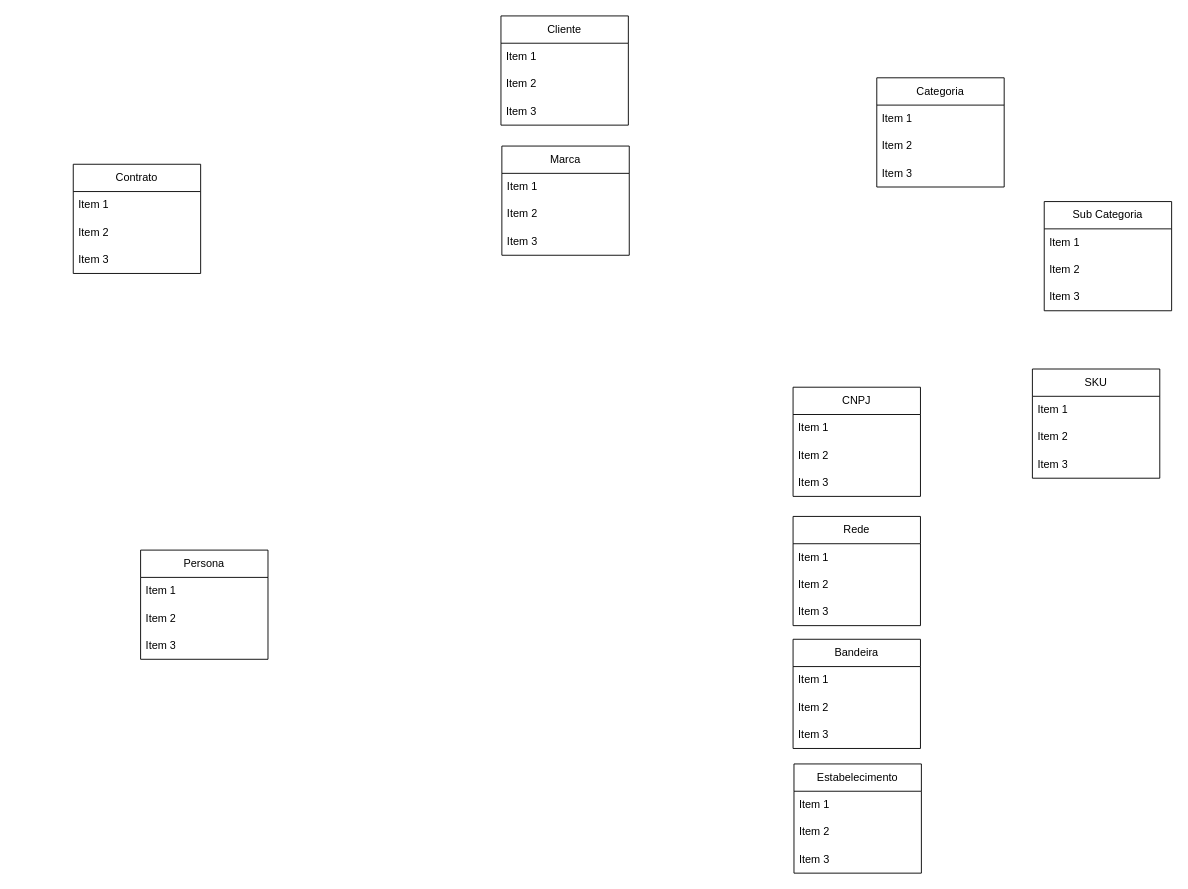
leosantana5/draw.io keeps this draw.io diagram as Diagrama sem título.drawio. Above is the earlier version. Source tidied: cells renumbered, new cells numbered last; positions are measured from the earlier drawing's top-left corner, leaving out a move shared by most shapes. Both pictures are drawn from the tidied source at 91%, with x=0, y=0 at pixel (73, 15).
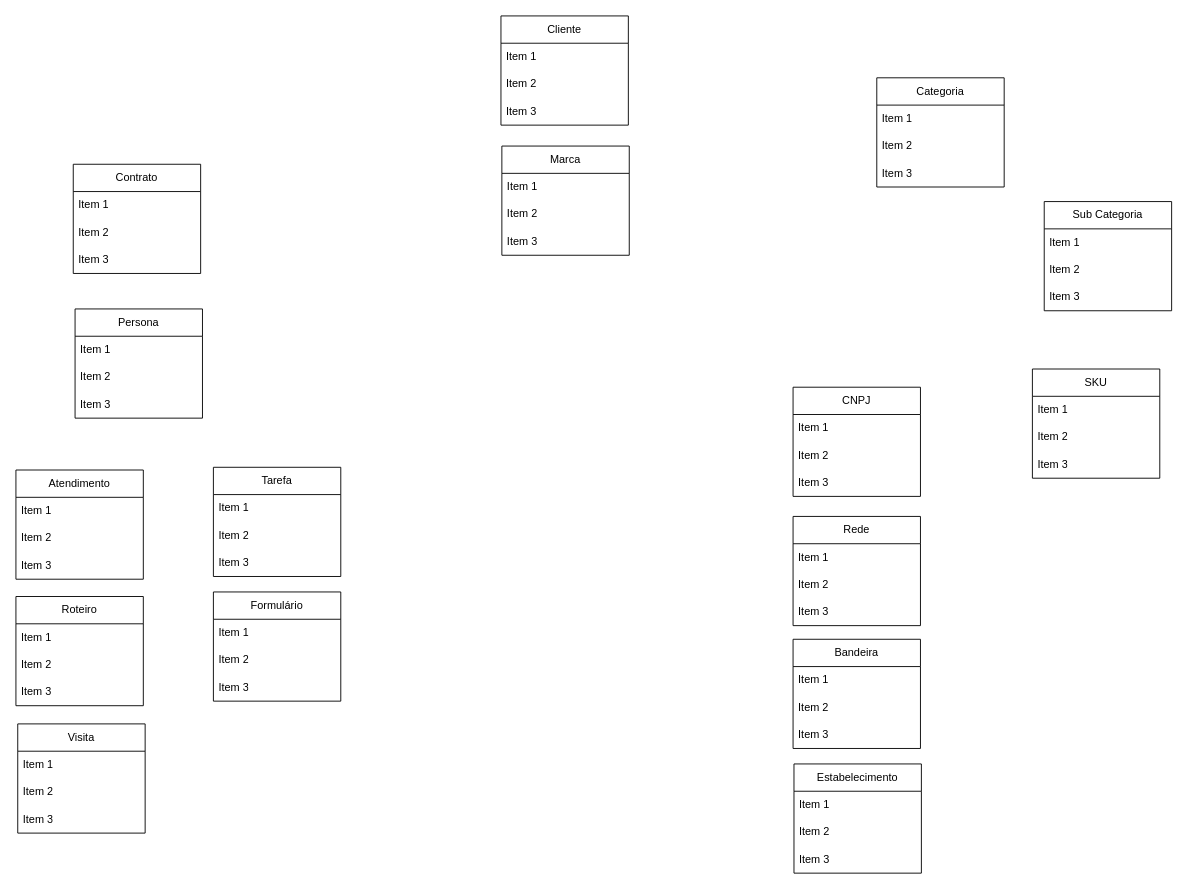
Above is the later version.

Diff of the diagram source:
```diff
@@
     <mxCell id="2" value="Persona" style="swimlane;fontStyle=0;horizontal=1;startSize=30;whiteSpace=wrap;html=1;" parent="1" vertex="1">
-      <mxGeometry x="74" y="587" width="140" height="120" as="geometry" />
+      <mxGeometry x="2" y="322" width="140" height="120" as="geometry" />
     </mxCell>
@@
+    <mxCell id="46" value="Tarefa" style="swimlane;fontStyle=0;horizontal=1;startSize=30;whiteSpace=wrap;html=1;" parent="1" vertex="1">
+      <mxGeometry x="154" y="496" width="140" height="120" as="geometry" />
+    </mxCell>
+    <mxCell id="47" value="Item 1" style="text;strokeColor=none;fillColor=none;align=left;verticalAlign=middle;spacingLeft=4;spacingRight=4;overflow=hidden;whiteSpace=wrap;html=1;" parent="46" vertex="1">
+      <mxGeometry y="30" width="140" height="30" as="geometry" />
+    </mxCell>
+    <mxCell id="48" value="Item 2" style="text;strokeColor=none;fillColor=none;align=left;verticalAlign=middle;spacingLeft=4;spacingRight=4;overflow=hidden;whiteSpace=wrap;html=1;" parent="46" vertex="1">
+      <mxGeometry y="60" width="140" height="30" as="geometry" />
+    </mxCell>
+    <mxCell id="49" value="Item 3" style="text;strokeColor=none;fillColor=none;align=left;verticalAlign=middle;spacingLeft=4;spacingRight=4;overflow=hidden;whiteSpace=wrap;html=1;" parent="46" vertex="1">
+      <mxGeometry y="90" width="140" height="30" as="geometry" />
+    </mxCell>
+    <mxCell id="50" value="Formulário" style="swimlane;fontStyle=0;horizontal=1;startSize=30;whiteSpace=wrap;html=1;" parent="1" vertex="1">
+      <mxGeometry x="154" y="633" width="140" height="120" as="geometry" />
+    </mxCell>
+    <mxCell id="51" value="Item 1" style="text;strokeColor=none;fillColor=none;align=left;verticalAlign=middle;spacingLeft=4;spacingRight=4;overflow=hidden;whiteSpace=wrap;html=1;" parent="50" vertex="1">
+      <mxGeometry y="30" width="140" height="30" as="geometry" />
+    </mxCell>
+    <mxCell id="52" value="Item 2" style="text;strokeColor=none;fillColor=none;align=left;verticalAlign=middle;spacingLeft=4;spacingRight=4;overflow=hidden;whiteSpace=wrap;html=1;" parent="50" vertex="1">
+      <mxGeometry y="60" width="140" height="30" as="geometry" />
+    </mxCell>
+    <mxCell id="53" value="Item 3" style="text;strokeColor=none;fillColor=none;align=left;verticalAlign=middle;spacingLeft=4;spacingRight=4;overflow=hidden;whiteSpace=wrap;html=1;" parent="50" vertex="1">
+      <mxGeometry y="90" width="140" height="30" as="geometry" />
+    </mxCell>
+    <mxCell id="54" value="Atendimento" style="swimlane;fontStyle=0;horizontal=1;startSize=30;whiteSpace=wrap;html=1;" parent="1" vertex="1">
+      <mxGeometry x="-63" y="499" width="140" height="120" as="geometry" />
+    </mxCell>
+    <mxCell id="55" value="Item 1" style="text;strokeColor=none;fillColor=none;align=left;verticalAlign=middle;spacingLeft=4;spacingRight=4;overflow=hidden;whiteSpace=wrap;html=1;" parent="54" vertex="1">
+      <mxGeometry y="30" width="140" height="30" as="geometry" />
+    </mxCell>
+    <mxCell id="56" value="Item 2" style="text;strokeColor=none;fillColor=none;align=left;verticalAlign=middle;spacingLeft=4;spacingRight=4;overflow=hidden;whiteSpace=wrap;html=1;" parent="54" vertex="1">
+      <mxGeometry y="60" width="140" height="30" as="geometry" />
+    </mxCell>
+    <mxCell id="57" value="Item 3" style="text;strokeColor=none;fillColor=none;align=left;verticalAlign=middle;spacingLeft=4;spacingRight=4;overflow=hidden;whiteSpace=wrap;html=1;" parent="54" vertex="1">
+      <mxGeometry y="90" width="140" height="30" as="geometry" />
+    </mxCell>
+    <mxCell id="58" value="Roteiro" style="swimlane;fontStyle=0;horizontal=1;startSize=30;whiteSpace=wrap;html=1;" parent="1" vertex="1">
+      <mxGeometry x="-63" y="638" width="140" height="120" as="geometry" />
+    </mxCell>
+    <mxCell id="59" value="Item 1" style="text;strokeColor=none;fillColor=none;align=left;verticalAlign=middle;spacingLeft=4;spacingRight=4;overflow=hidden;whiteSpace=wrap;html=1;" parent="58" vertex="1">
+      <mxGeometry y="30" width="140" height="30" as="geometry" />
+    </mxCell>
+    <mxCell id="60" value="Item 2" style="text;strokeColor=none;fillColor=none;align=left;verticalAlign=middle;spacingLeft=4;spacingRight=4;overflow=hidden;whiteSpace=wrap;html=1;" parent="58" vertex="1">
+      <mxGeometry y="60" width="140" height="30" as="geometry" />
+    </mxCell>
+    <mxCell id="61" value="Item 3" style="text;strokeColor=none;fillColor=none;align=left;verticalAlign=middle;spacingLeft=4;spacingRight=4;overflow=hidden;whiteSpace=wrap;html=1;" parent="58" vertex="1">
+      <mxGeometry y="90" width="140" height="30" as="geometry" />
+    </mxCell>
+    <mxCell id="62" value="Visita" style="swimlane;fontStyle=0;horizontal=1;startSize=30;whiteSpace=wrap;html=1;" parent="1" vertex="1">
+      <mxGeometry x="-61" y="778" width="140" height="120" as="geometry" />
+    </mxCell>
+    <mxCell id="63" value="Item 1" style="text;strokeColor=none;fillColor=none;align=left;verticalAlign=middle;spacingLeft=4;spacingRight=4;overflow=hidden;whiteSpace=wrap;html=1;" parent="62" vertex="1">
+      <mxGeometry y="30" width="140" height="30" as="geometry" />
+    </mxCell>
+    <mxCell id="64" value="Item 2" style="text;strokeColor=none;fillColor=none;align=left;verticalAlign=middle;spacingLeft=4;spacingRight=4;overflow=hidden;whiteSpace=wrap;html=1;" parent="62" vertex="1">
+      <mxGeometry y="60" width="140" height="30" as="geometry" />
+    </mxCell>
+    <mxCell id="65" value="Item 3" style="text;strokeColor=none;fillColor=none;align=left;verticalAlign=middle;spacingLeft=4;spacingRight=4;overflow=hidden;whiteSpace=wrap;html=1;" parent="62" vertex="1">
+      <mxGeometry y="90" width="140" height="30" as="geometry" />
+    </mxCell>
```
